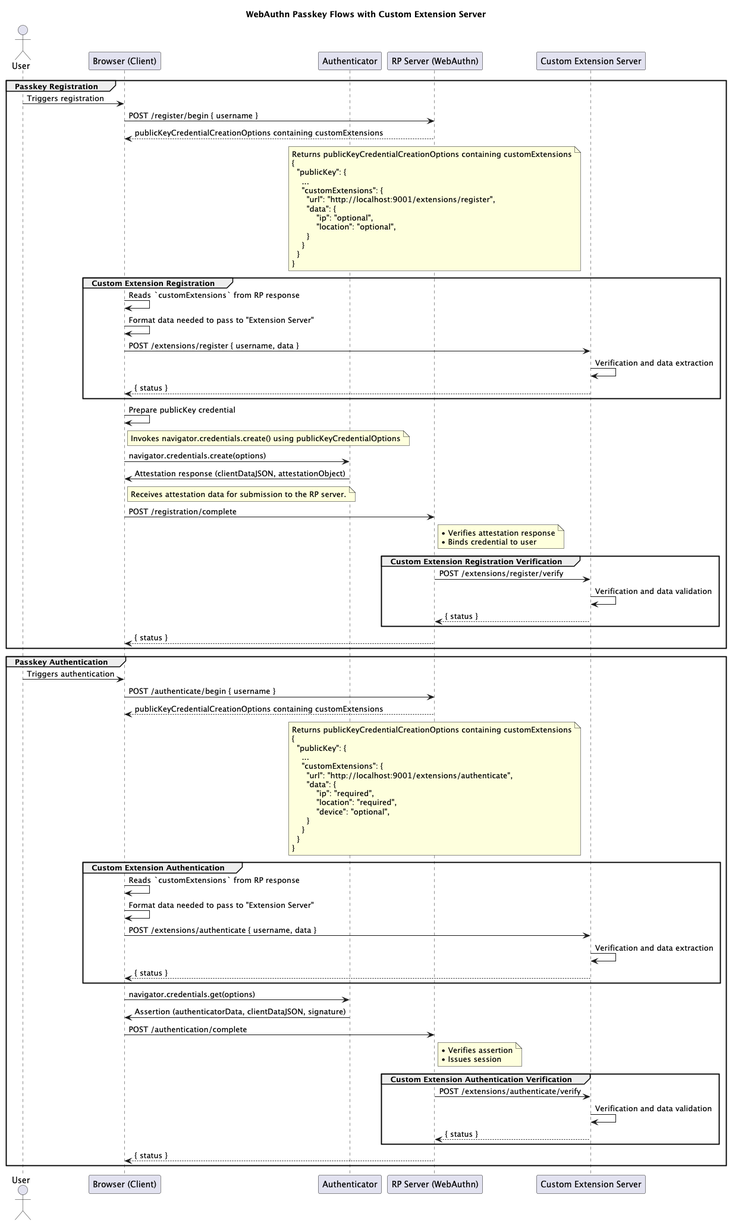
The PlantUML diagram diagrams/sequence.png in nithyanatarajan/webauthn-custom-extension, before a commit.
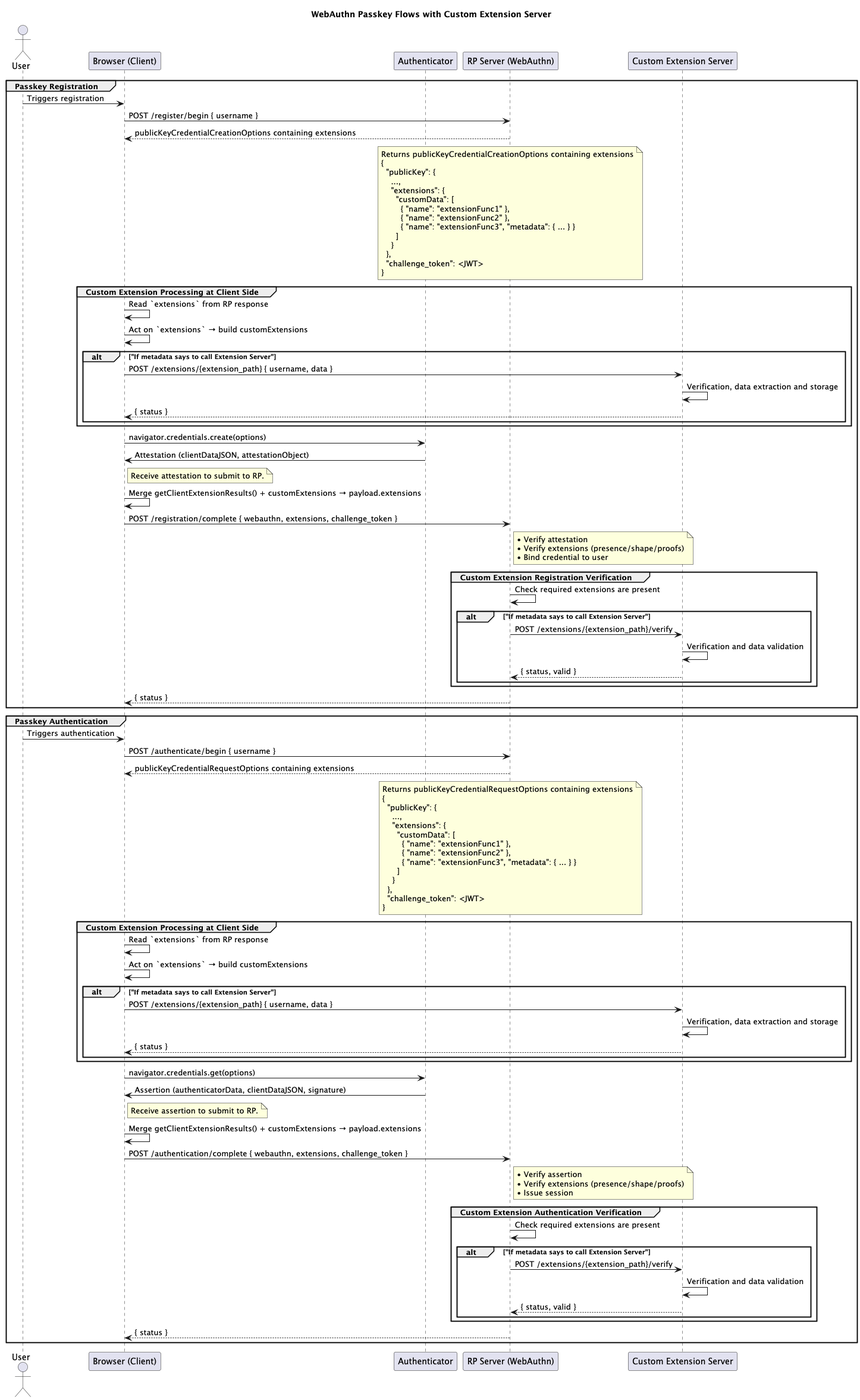
Above is the later version.

Commit message:
Update docs and sequence diagram

Diff of the diagram source:
```diff
@@ -10,52 +10,56 @@
 group Passkey Registration
 User -> Browser: Triggers registration
 Browser -> RP: POST /register/begin { username }
-RP --> Browser: publicKeyCredentialCreationOptions containing customExtensions
+RP --> Browser: publicKeyCredentialCreationOptions containing extensions
 note over RP
-Returns publicKeyCredentialCreationOptions containing customExtensions
+Returns publicKeyCredentialCreationOptions containing extensions
 {
   "publicKey": {
-    ...
-    "customExtensions": {
-      "url": "http://localhost:9001/extensions/register",
-      "data": {
-          "ip": "optional",
-          "location": "optional",
-      }
+    ...,
+    "extensions": {
+      "customData": [
+        { "name": "extensionFunc1" },
+        { "name": "extensionFunc2" },
+        { "name": "extensionFunc3", "metadata": { ... } }
+      ]
     }
-  }
+  },
+  "challenge_token": <JWT>
 }
 end note
 
-group Custom Extension Registration
-Browser -> Browser: Reads `customExtensions` from RP response
-Browser -> Browser: Format data needed to pass to "Extension Server"
-Browser -> ExtServer: POST /extensions/register { username, data }
-ExtServer -> ExtServer: Verification and data extraction
-ExtServer --> Browser: { status }
+group Custom Extension Processing at Client Side
+Browser -> Browser: Read `extensions` from RP response
+Browser -> Browser: Act on `extensions` → build customExtensions
+  alt "If metadata says to call Extension Server"
+  Browser -> ExtServer: POST /extensions/{extension_path} { username, data }
+  ExtServer -> ExtServer: Verification, data extraction and storage
+  ExtServer --> Browser: { status }
+  end
 end
 
-Browser -> Browser: Prepare publicKey credential
+Browser -> Auth: navigator.credentials.create(options)
+Auth -> Browser: Attestation (clientDataJSON, attestationObject)
 note right of Browser
-Invokes navigator.credentials.create() using publicKeyCredentialOptions
+Receive attestation to submit to RP.
 end note
 
-Browser -> Auth: navigator.credentials.create(options)
-Auth -> Browser: Attestation response (clientDataJSON, attestationObject)
-note right of Browser
-Receives attestation data for submission to the RP server.
-end note
+Browser -> Browser: Merge getClientExtensionResults() + customExtensions → payload.extensions
 
-Browser -> RP: POST /registration/complete
+Browser -> RP: POST /registration/complete { webauthn, extensions, challenge_token }
 note right of RP
-• Verifies attestation response
-• Binds credential to user
+• Verify attestation
+• Verify extensions (presence/shape/proofs)
+• Bind credential to user
 end note
 
 group Custom Extension Registration Verification
-RP -> ExtServer: POST /extensions/register/verify
-ExtServer -> ExtServer: Verification and data validation
-ExtServer --> RP: { status }
+RP -> RP: Check required extensions are present
+  alt "If metadata says to call Extension Server"
+  RP -> ExtServer: POST /extensions/{extension_path}/verify
+  ExtServer -> ExtServer: Verification and data validation
+  ExtServer --> RP: { status, valid }
+  end
 end
 
 RP --> Browser: { status }
@@ -64,46 +68,56 @@
 group Passkey Authentication
 User -> Browser: Triggers authentication
 Browser -> RP: POST /authenticate/begin { username }
-RP --> Browser: publicKeyCredentialCreationOptions containing customExtensions
+RP --> Browser: publicKeyCredentialRequestOptions containing extensions
 note over RP
-Returns publicKeyCredentialCreationOptions containing customExtensions
+Returns publicKeyCredentialRequestOptions containing extensions
 {
   "publicKey": {
-    ...
-    "customExtensions": {
-      "url": "http://localhost:9001/extensions/authenticate",
-      "data": {
-          "ip": "required",
-          "location": "required",
-          "device": "optional",
-      }
+    ...,
+    "extensions": {
+      "customData": [
+        { "name": "extensionFunc1" },
+        { "name": "extensionFunc2" },
+        { "name": "extensionFunc3", "metadata": { ... } }
+      ]
     }
-  }
+  },
+  "challenge_token": <JWT>
 }
 end note
 
-group Custom Extension Authentication
-Browser -> Browser: Reads `customExtensions` from RP response
-Browser -> Browser: Format data needed to pass to "Extension Server"
-Browser -> ExtServer: POST /extensions/authenticate { username, data }
-ExtServer -> ExtServer: Verification and data extraction
-ExtServer --> Browser: { status }
+group Custom Extension Processing at Client Side
+Browser -> Browser: Read `extensions` from RP response
+Browser -> Browser: Act on `extensions` → build customExtensions
+  alt "If metadata says to call Extension Server"
+  Browser -> ExtServer: POST /extensions/{extension_path} { username, data }
+  ExtServer -> ExtServer: Verification, data extraction and storage
+  ExtServer --> Browser: { status }
+  end
 end
-
 
 Browser -> Auth: navigator.credentials.get(options)
 Auth -> Browser: Assertion (authenticatorData, clientDataJSON, signature)
+note right of Browser
+Receive assertion to submit to RP.
+end note
 
-Browser -> RP: POST /authentication/complete
+Browser -> Browser: Merge getClientExtensionResults() + customExtensions → payload.extensions
+
+Browser -> RP: POST /authentication/complete { webauthn, extensions, challenge_token }
 note right of RP
-• Verifies assertion
-• Issues session
+• Verify assertion
+• Verify extensions (presence/shape/proofs)
+• Issue session
 end note
 
 group Custom Extension Authentication Verification
-RP -> ExtServer: POST /extensions/authenticate/verify
-ExtServer -> ExtServer: Verification and data validation
-ExtServer --> RP: { status }
+RP -> RP: Check required extensions are present
+  alt "If metadata says to call Extension Server"
+  RP -> ExtServer: POST /extensions/{extension_path}/verify
+  ExtServer -> ExtServer: Verification and data validation
+  ExtServer --> RP: { status, valid }
+  end
 end
 
 RP --> Browser: { status }
```
